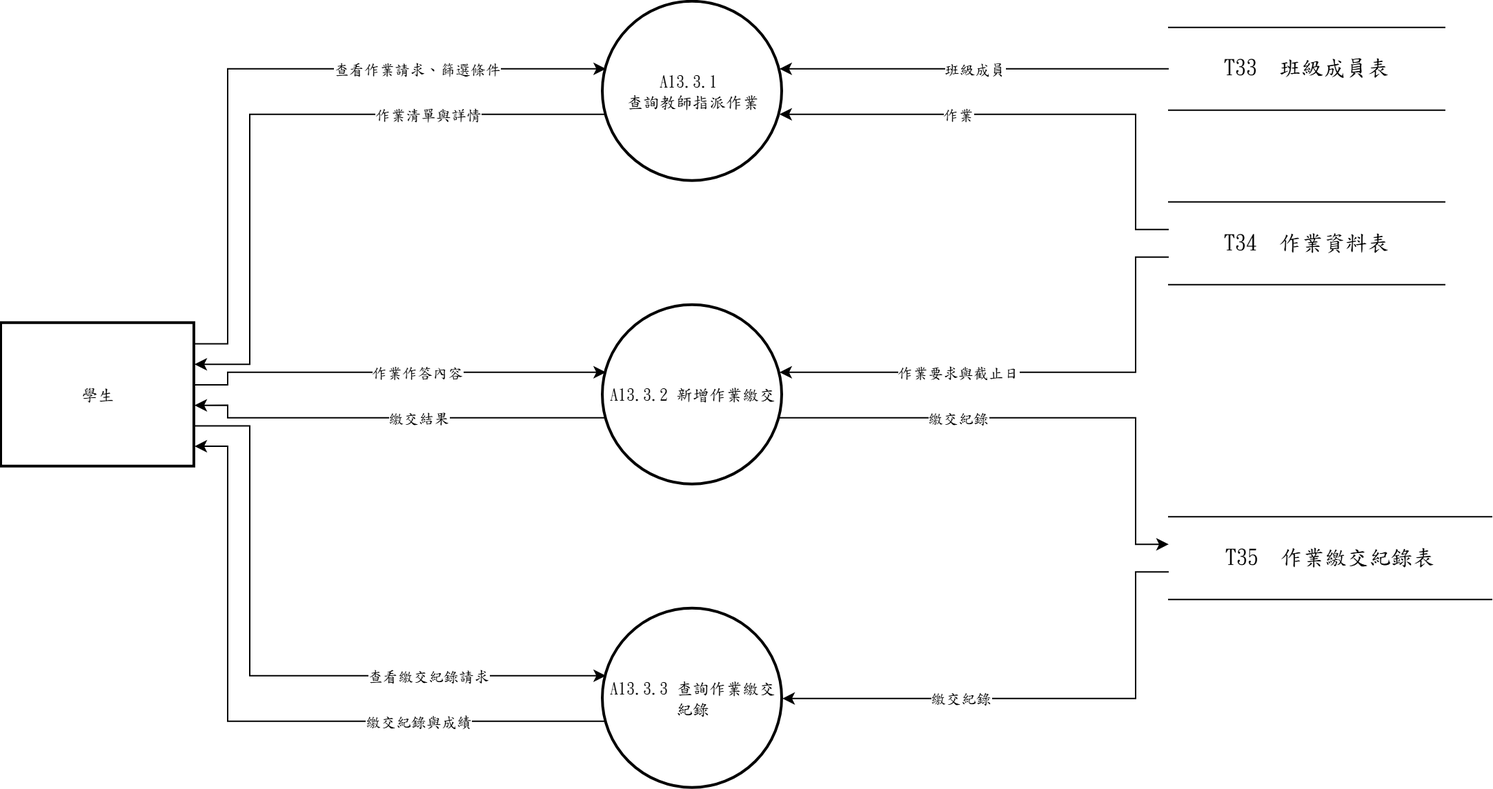
s22452007/115502 keeps this draw.io diagram as 系統文件/第6章/DFD圖/圖13/圖13-3.drawio.png. Above is the earlier version. Source tidied: cells renumbered, new cells last; positions are measured from the earlier drawing's top-left corner, leaving out a move shared by most shapes.
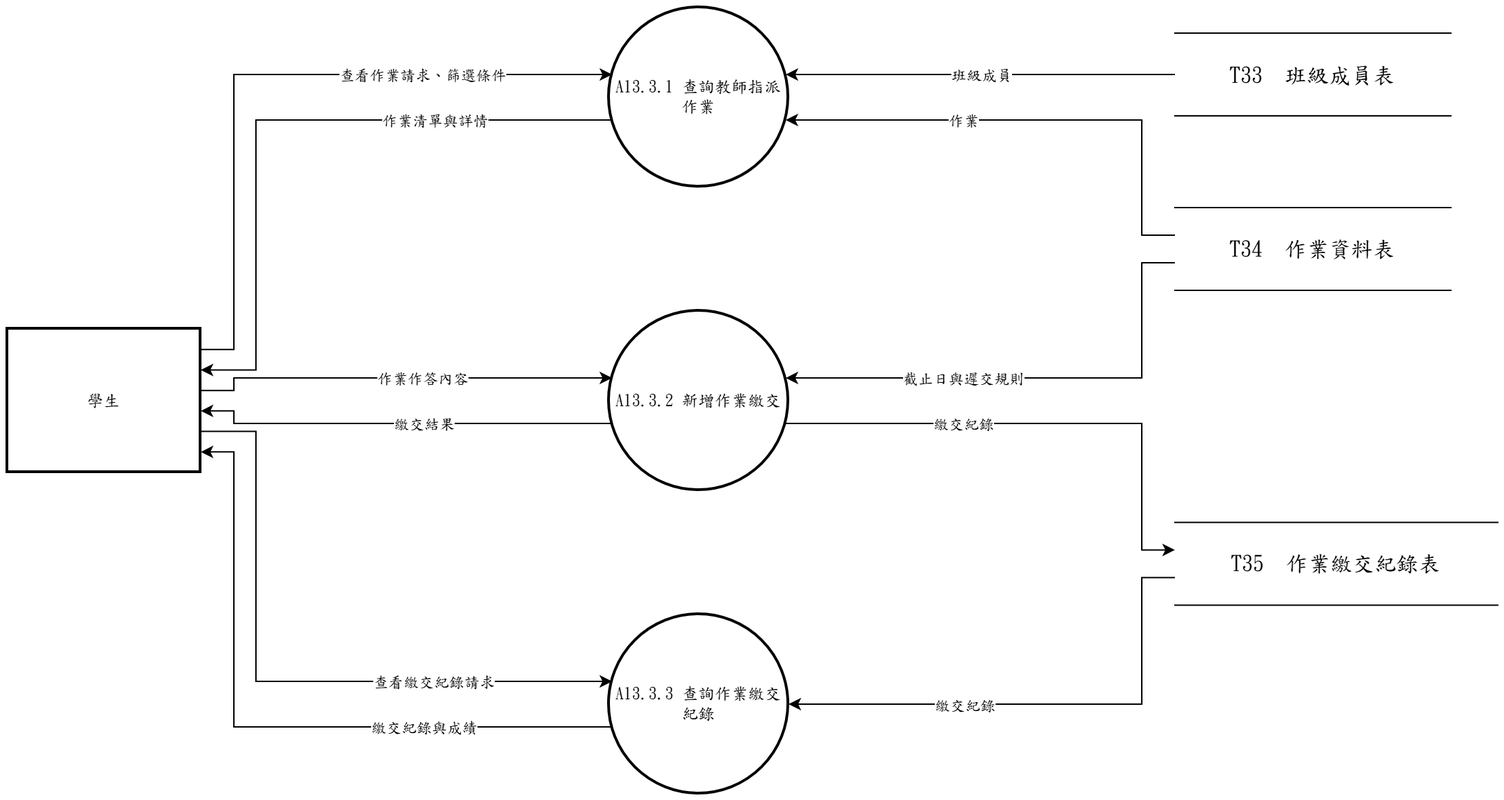
After the change.

Diff of the diagram source:
```diff
@@ -2,7 +2,7 @@
   <root>
     <mxCell id="0" />
     <mxCell id="1" parent="0" />
-    <mxCell id="2" value="A13.3.1&amp;nbsp;&lt;div&gt;查詢教師指派作業&lt;/div&gt;" style="ellipse;strokeWidth=2;whiteSpace=wrap;html=1;fontFamily=標楷體;" parent="1" vertex="1">
+    <mxCell id="2" value="A13.3.1 查詢教師指派作業" style="ellipse;strokeWidth=2;whiteSpace=wrap;html=1;fontFamily=標楷體;" parent="1" vertex="1">
       <mxGeometry x="436" width="130" height="130" as="geometry" />
     </mxCell>
     <mxCell id="3" value="A13.3.2 新增作業繳交" style="ellipse;strokeWidth=2;whiteSpace=wrap;html=1;fontFamily=標楷體;" parent="1" vertex="1">
@@ -81,7 +81,7 @@
         </Array>
       </mxGeometry>
     </mxCell>
-    <mxCell id="20" value="作業要求與截止日" style="edgeLabel;html=1;align=center;verticalAlign=middle;fontFamily=標楷體;" parent="19" vertex="1">
+    <mxCell id="20" value="截止日與遲交規則" style="edgeLabel;html=1;align=center;verticalAlign=middle;fontFamily=標楷體;" parent="19" vertex="1">
       <mxGeometry x="0.29" relative="1" as="geometry" />
     </mxCell>
     <mxCell id="21" style="edgeStyle=none;rounded=0;html=1;fontFamily=標楷體;endArrow=classic;exitX=0.0163;exitY=0.6267;exitDx=0;exitDy=0;exitPerimeter=0;entryX=1.0000;entryY=0.5714;entryDx=0;entryDy=0;entryPerimeter=0;" parent="1" edge="1" source="3" target="5">
```
